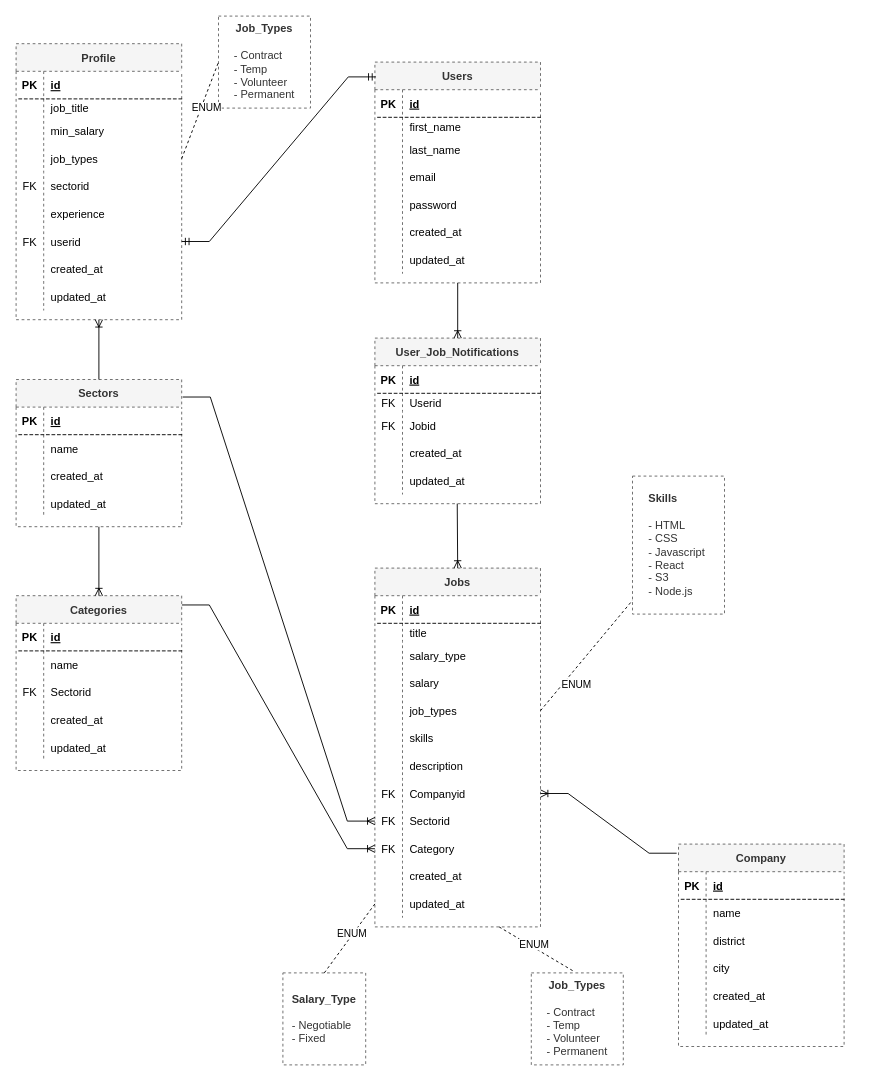
Above: page "Up to Saved Jobs Data Schema" (1 of 2) of Untitled Diagram.drawio in Kascod/first-repo (draw.io), before the change. Source tidied: cells renumbered, new cells numbered last; positions are measured from the earlier drawing's top-left corner, leaving out a move shared by most shapes. Both pictures are drawn from the tidied source at 92%, with x=0, y=0 at pixel (16, 16).
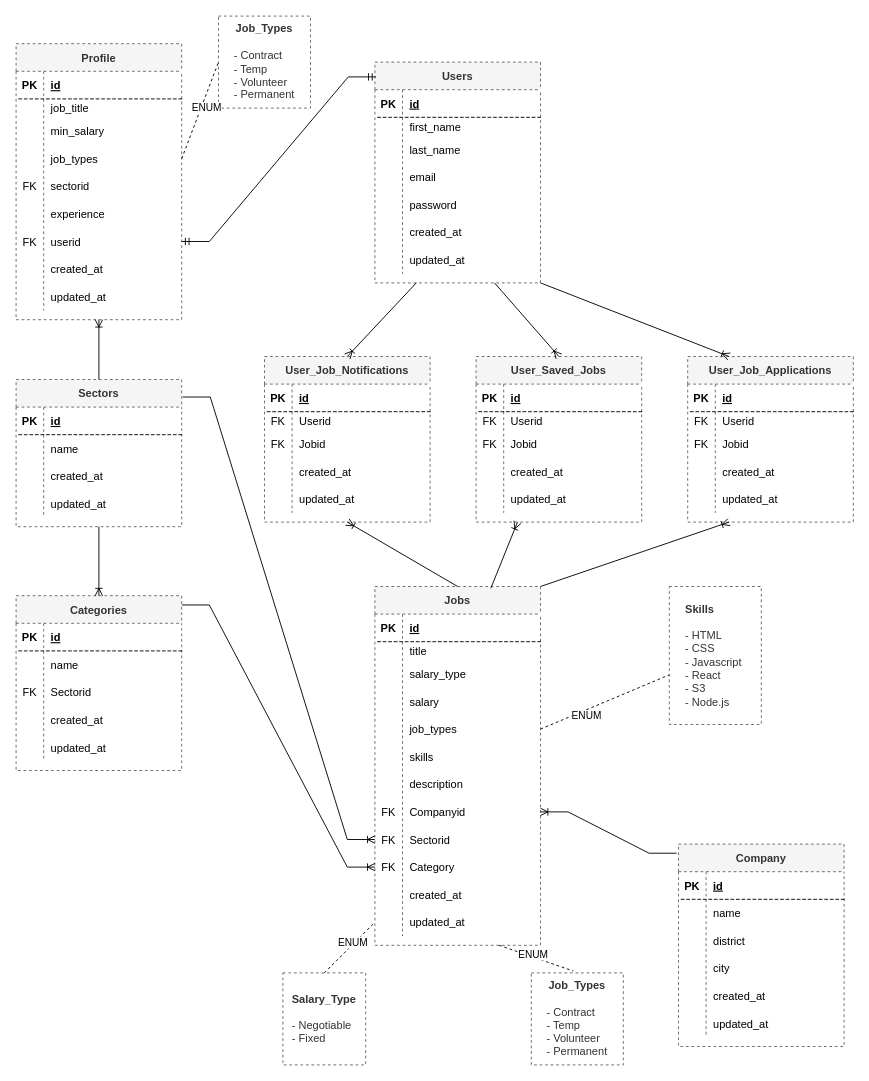
Above is the later version.

Unchanged cells that the change refers to:
```xml
<mxCell id="2" value="Users" style="shape=table;startSize=30;childLayout=tableLayout;rowLines=0;fontStyle=1;align=center;dashed=1;fillColor=#f5f5f5;strokeColor=#666666;fontColor=#333333;" parent="1" vertex="1">
  <mxGeometry x="390" y="50" width="180" height="240" as="geometry" />
</mxCell>
```

Diff of the diagram source:
```diff
@@
     <mxCell id="68" value="Jobs" style="shape=table;startSize=30;childLayout=tableLayout;rowLines=0;fontStyle=1;align=center;dashed=1;fillColor=#f5f5f5;strokeColor=#666666;fontColor=#333333;" parent="1" vertex="1">
-      <mxGeometry x="390" y="600" width="180" height="390" as="geometry" />
+      <mxGeometry x="390" y="620" width="180" height="390" as="geometry" />
     </mxCell>
@@
     <mxCell id="107" value="&lt;div style=&quot;text-align: left;&quot;&gt;Skills&lt;/div&gt;&lt;div style=&quot;text-align: left;&quot;&gt;&lt;br&gt;&lt;/div&gt;&lt;span style=&quot;font-weight: normal;&quot;&gt;&lt;div style=&quot;text-align: left;&quot;&gt;- HTML&lt;/div&gt;&lt;div style=&quot;text-align: left;&quot;&gt;- CSS&amp;nbsp;&lt;/div&gt;&lt;div style=&quot;text-align: left;&quot;&gt;- Javascript&amp;nbsp;&lt;/div&gt;&lt;div style=&quot;text-align: left;&quot;&gt;- React&amp;nbsp;&lt;/div&gt;&lt;div style=&quot;text-align: left;&quot;&gt;- S3&amp;nbsp;&lt;/div&gt;&lt;div style=&quot;text-align: left;&quot;&gt;- Node.js&amp;nbsp;&lt;/div&gt;&lt;/span&gt;" style="whiteSpace=wrap;html=1;fillColor=#FFFFFF;strokeColor=#666666;fontColor=#333333;startSize=30;fontStyle=1;dashed=1;" parent="1" vertex="1">
-      <mxGeometry x="670" y="500" width="100" height="150" as="geometry" />
+      <mxGeometry x="710" y="620" width="100" height="150" as="geometry" />
     </mxCell>
@@
     <mxCell id="156" value="User_Job_Notifications" style="shape=table;startSize=30;childLayout=tableLayout;rowLines=0;fontStyle=1;align=center;dashed=1;fillColor=#f5f5f5;strokeColor=#666666;fontColor=#333333;" parent="1" vertex="1">
-      <mxGeometry x="390" y="350" width="180" height="180" as="geometry" />
+      <mxGeometry x="270" y="370" width="180" height="180" as="geometry" />
     </mxCell>
@@
-    <mxCell id="172" style="fontSize=12;html=1;endArrow=ERoneToMany;rounded=0;entryX=0.5;entryY=0;entryDx=0;entryDy=0;exitX=0.5;exitY=1;exitDx=0;exitDy=0;" parent="1" edge="1" source="2" target="156">
+    <mxCell id="172" style="fontSize=12;html=1;endArrow=ERoneToMany;rounded=0;entryX=0.5;entryY=0;entryDx=0;entryDy=0;exitX=0.25;exitY=1;exitDx=0;exitDy=0;" parent="1" edge="1" source="2" target="156">
       <mxGeometry relative="1" as="geometry" />
     </mxCell>
-    <mxCell id="173" style="fontSize=12;html=1;endArrow=ERoneToMany;rounded=0;entryX=0.5;entryY=0;entryDx=0;entryDy=0;exitX=0.5;exitY=1;exitDx=0;exitDy=0;" parent="1" edge="1" target="68">
-      <mxGeometry relative="1" as="geometry">
-        <mxPoint x="479.5" y="530" as="sourcePoint" />
-      </mxGeometry>
+    <mxCell id="173" style="fontSize=12;html=1;endArrow=ERoneToMany;rounded=0;entryX=0.5;entryY=1;entryDx=0;entryDy=0;exitX=0.5;exitY=0;exitDx=0;exitDy=0;" parent="1" edge="1" source="68" target="156">
+      <mxGeometry relative="1" as="geometry" />
     </mxCell>
+    <mxCell id="174" value="User_Saved_Jobs" style="shape=table;startSize=30;childLayout=tableLayout;rowLines=0;fontStyle=1;align=center;dashed=1;fillColor=#f5f5f5;strokeColor=#666666;fontColor=#333333;" parent="1" vertex="1">
+      <mxGeometry x="500" y="370" width="180" height="180" as="geometry" />
+    </mxCell>
+    <mxCell id="175" style="shape=tableRow;horizontal=0;startSize=0;swimlaneHead=0;swimlaneBody=0;fillColor=none;top=0;left=0;right=0;bottom=1;dashed=1;" parent="174" vertex="1">
+      <mxGeometry y="30" width="180" height="30" as="geometry" />
+    </mxCell>
+    <mxCell id="176" value="PK" style="shape=partialRectangle;fillColor=none;top=0;left=0;bottom=0;right=0;fontStyle=1;overflow=hidden;dashed=1;" parent="175" vertex="1">
+      <mxGeometry width="30" height="30" as="geometry" />
+    </mxCell>
+    <mxCell id="177" value="id" style="shape=partialRectangle;fillColor=none;top=0;left=0;bottom=0;right=0;align=left;spacingLeft=6;fontStyle=5;overflow=hidden;dashed=1;" parent="175" vertex="1">
+      <mxGeometry x="30" width="150" height="30" as="geometry" />
+    </mxCell>
+    <mxCell id="178" style="shape=tableRow;horizontal=0;startSize=0;swimlaneHead=0;swimlaneBody=0;fillColor=none;top=0;left=0;right=0;bottom=0;dashed=1;" parent="174" vertex="1">
+      <mxGeometry y="60" width="180" height="20" as="geometry" />
+    </mxCell>
+    <mxCell id="179" value="FK" style="shape=partialRectangle;fillColor=none;top=0;left=0;bottom=0;right=0;overflow=hidden;dashed=1;" parent="178" vertex="1">
+      <mxGeometry width="30" height="20" as="geometry" />
+    </mxCell>
+    <mxCell id="180" value="Userid" style="shape=partialRectangle;fillColor=none;top=0;left=0;bottom=0;right=0;align=left;spacingLeft=6;overflow=hidden;dashed=1;" parent="178" vertex="1">
+      <mxGeometry x="30" width="150" height="20" as="geometry" />
+    </mxCell>
+    <mxCell id="181" style="shape=tableRow;horizontal=0;startSize=0;swimlaneHead=0;swimlaneBody=0;fillColor=none;top=0;left=0;right=0;bottom=0;dashed=1;" parent="174" vertex="1">
+      <mxGeometry y="80" width="180" height="30" as="geometry" />
+    </mxCell>
+    <mxCell id="182" value="FK" style="shape=partialRectangle;fillColor=none;top=0;left=0;bottom=0;right=0;overflow=hidden;dashed=1;" parent="181" vertex="1">
+      <mxGeometry width="30" height="30" as="geometry" />
+    </mxCell>
+    <mxCell id="183" value="Jobid" style="shape=partialRectangle;fillColor=none;top=0;left=0;bottom=0;right=0;align=left;spacingLeft=6;overflow=hidden;dashed=1;" parent="181" vertex="1">
+      <mxGeometry x="30" width="150" height="30" as="geometry" />
+    </mxCell>
+    <mxCell id="184" style="shape=tableRow;horizontal=0;startSize=0;swimlaneHead=0;swimlaneBody=0;fillColor=none;top=0;left=0;right=0;bottom=0;dashed=1;" parent="174" vertex="1">
+      <mxGeometry y="110" width="180" height="30" as="geometry" />
+    </mxCell>
+    <mxCell id="185" style="shape=partialRectangle;fillColor=none;top=0;left=0;bottom=0;right=0;overflow=hidden;dashed=1;" parent="184" vertex="1">
+      <mxGeometry width="30" height="30" as="geometry" />
+    </mxCell>
+    <mxCell id="186" value="created_at" style="shape=partialRectangle;fillColor=none;top=0;left=0;bottom=0;right=0;align=left;spacingLeft=6;overflow=hidden;dashed=1;" parent="184" vertex="1">
+      <mxGeometry x="30" width="150" height="30" as="geometry" />
+    </mxCell>
+    <mxCell id="187" style="shape=tableRow;horizontal=0;startSize=0;swimlaneHead=0;swimlaneBody=0;fillColor=none;top=0;left=0;right=0;bottom=0;dashed=1;" parent="174" vertex="1">
+      <mxGeometry y="140" width="180" height="30" as="geometry" />
+    </mxCell>
+    <mxCell id="188" style="shape=partialRectangle;fillColor=none;top=0;left=0;bottom=0;right=0;overflow=hidden;dashed=1;" parent="187" vertex="1">
+      <mxGeometry width="30" height="30" as="geometry" />
+    </mxCell>
+    <mxCell id="189" value="updated_at" style="shape=partialRectangle;fillColor=none;top=0;left=0;bottom=0;right=0;align=left;spacingLeft=6;overflow=hidden;dashed=1;" parent="187" vertex="1">
+      <mxGeometry x="30" width="150" height="30" as="geometry" />
+    </mxCell>
+    <mxCell id="190" style="fontSize=12;html=1;endArrow=ERoneToMany;rounded=0;entryX=0.5;entryY=0;entryDx=0;entryDy=0;" parent="1" edge="1" target="174">
+      <mxGeometry relative="1" as="geometry">
+        <mxPoint x="520" y="290" as="sourcePoint" />
+      </mxGeometry>
+    </mxCell>
+    <mxCell id="191" style="fontSize=12;html=1;endArrow=ERoneToMany;rounded=0;entryX=0.25;entryY=1;entryDx=0;entryDy=0;exitX=0.7;exitY=0.005;exitDx=0;exitDy=0;exitPerimeter=0;" parent="1" edge="1" source="68" target="174">
+      <mxGeometry relative="1" as="geometry" />
+    </mxCell>
+    <mxCell id="192" value="User_Job_Applications" style="shape=table;startSize=30;childLayout=tableLayout;rowLines=0;fontStyle=1;align=center;dashed=1;fillColor=#f5f5f5;strokeColor=#666666;fontColor=#333333;" parent="1" vertex="1">
+      <mxGeometry x="730" y="370" width="180" height="180" as="geometry" />
+    </mxCell>
+    <mxCell id="193" style="shape=tableRow;horizontal=0;startSize=0;swimlaneHead=0;swimlaneBody=0;fillColor=none;top=0;left=0;right=0;bottom=1;dashed=1;" parent="192" vertex="1">
+      <mxGeometry y="30" width="180" height="30" as="geometry" />
+    </mxCell>
+    <mxCell id="194" value="PK" style="shape=partialRectangle;fillColor=none;top=0;left=0;bottom=0;right=0;fontStyle=1;overflow=hidden;dashed=1;" parent="193" vertex="1">
+      <mxGeometry width="30" height="30" as="geometry" />
+    </mxCell>
+    <mxCell id="195" value="id" style="shape=partialRectangle;fillColor=none;top=0;left=0;bottom=0;right=0;align=left;spacingLeft=6;fontStyle=5;overflow=hidden;dashed=1;" parent="193" vertex="1">
+      <mxGeometry x="30" width="150" height="30" as="geometry" />
+    </mxCell>
+    <mxCell id="196" style="shape=tableRow;horizontal=0;startSize=0;swimlaneHead=0;swimlaneBody=0;fillColor=none;top=0;left=0;right=0;bottom=0;dashed=1;" parent="192" vertex="1">
+      <mxGeometry y="60" width="180" height="20" as="geometry" />
+    </mxCell>
+    <mxCell id="197" value="FK" style="shape=partialRectangle;fillColor=none;top=0;left=0;bottom=0;right=0;overflow=hidden;dashed=1;" parent="196" vertex="1">
+      <mxGeometry width="30" height="20" as="geometry" />
+    </mxCell>
+    <mxCell id="198" value="Userid" style="shape=partialRectangle;fillColor=none;top=0;left=0;bottom=0;right=0;align=left;spacingLeft=6;overflow=hidden;dashed=1;" parent="196" vertex="1">
+      <mxGeometry x="30" width="150" height="20" as="geometry" />
+    </mxCell>
+    <mxCell id="199" style="shape=tableRow;horizontal=0;startSize=0;swimlaneHead=0;swimlaneBody=0;fillColor=none;top=0;left=0;right=0;bottom=0;dashed=1;" parent="192" vertex="1">
+      <mxGeometry y="80" width="180" height="30" as="geometry" />
+    </mxCell>
+    <mxCell id="200" value="FK" style="shape=partialRectangle;fillColor=none;top=0;left=0;bottom=0;right=0;overflow=hidden;dashed=1;" parent="199" vertex="1">
+      <mxGeometry width="30" height="30" as="geometry" />
+    </mxCell>
+    <mxCell id="201" value="Jobid" style="shape=partialRectangle;fillColor=none;top=0;left=0;bottom=0;right=0;align=left;spacingLeft=6;overflow=hidden;dashed=1;" parent="199" vertex="1">
+      <mxGeometry x="30" width="150" height="30" as="geometry" />
+    </mxCell>
+    <mxCell id="202" style="shape=tableRow;horizontal=0;startSize=0;swimlaneHead=0;swimlaneBody=0;fillColor=none;top=0;left=0;right=0;bottom=0;dashed=1;" parent="192" vertex="1">
+      <mxGeometry y="110" width="180" height="30" as="geometry" />
+    </mxCell>
+    <mxCell id="203" style="shape=partialRectangle;fillColor=none;top=0;left=0;bottom=0;right=0;overflow=hidden;dashed=1;" parent="202" vertex="1">
+      <mxGeometry width="30" height="30" as="geometry" />
+    </mxCell>
+    <mxCell id="204" value="created_at" style="shape=partialRectangle;fillColor=none;top=0;left=0;bottom=0;right=0;align=left;spacingLeft=6;overflow=hidden;dashed=1;" parent="202" vertex="1">
+      <mxGeometry x="30" width="150" height="30" as="geometry" />
+    </mxCell>
+    <mxCell id="205" style="shape=tableRow;horizontal=0;startSize=0;swimlaneHead=0;swimlaneBody=0;fillColor=none;top=0;left=0;right=0;bottom=0;dashed=1;" parent="192" vertex="1">
+      <mxGeometry y="140" width="180" height="30" as="geometry" />
+    </mxCell>
+    <mxCell id="206" style="shape=partialRectangle;fillColor=none;top=0;left=0;bottom=0;right=0;overflow=hidden;dashed=1;" parent="205" vertex="1">
+      <mxGeometry width="30" height="30" as="geometry" />
+    </mxCell>
+    <mxCell id="207" value="updated_at" style="shape=partialRectangle;fillColor=none;top=0;left=0;bottom=0;right=0;align=left;spacingLeft=6;overflow=hidden;dashed=1;" parent="205" vertex="1">
+      <mxGeometry x="30" width="150" height="30" as="geometry" />
+    </mxCell>
+    <mxCell id="208" style="fontSize=12;html=1;endArrow=ERoneToMany;rounded=0;entryX=0.25;entryY=0;entryDx=0;entryDy=0;exitX=1;exitY=1;exitDx=0;exitDy=0;" parent="1" edge="1" source="2" target="192">
+      <mxGeometry relative="1" as="geometry" />
+    </mxCell>
+    <mxCell id="209" style="fontSize=12;html=1;endArrow=ERoneToMany;rounded=0;entryX=0.25;entryY=1;entryDx=0;entryDy=0;exitX=1;exitY=0;exitDx=0;exitDy=0;" parent="1" edge="1" source="68" target="192">
+      <mxGeometry relative="1" as="geometry" />
+    </mxCell>
```
